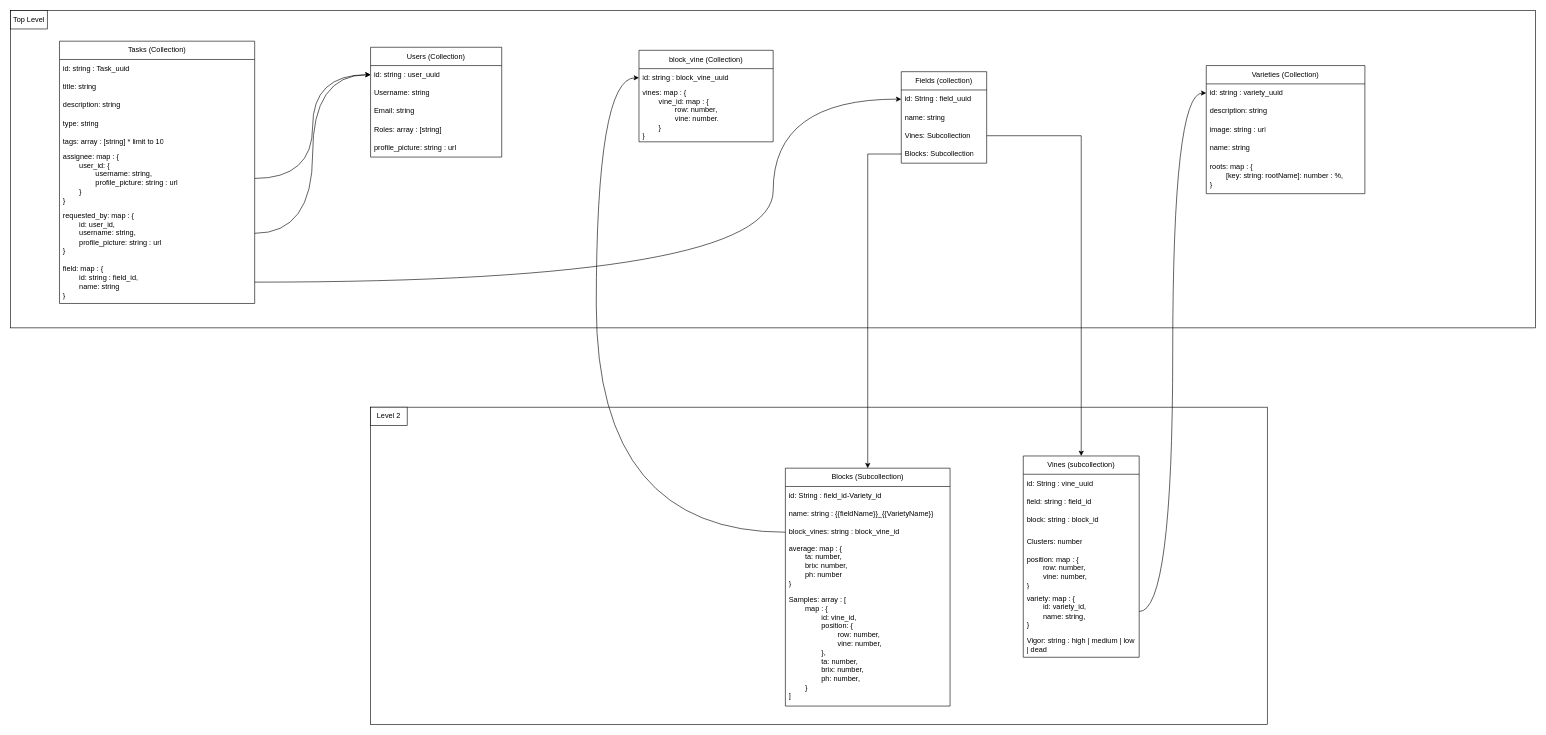
Earlier version of the draw.io diagram doc/diagram/Object-structure.drawio (TheVannysher/RavenhillSoftware). Source tidied: cells renumbered, new cells numbered last; positions are measured from the earlier drawing's top-left corner, leaving out a move shared by most shapes. Both pictures are drawn from the tidied source at 61%, with x=0, y=0 at pixel (10, 10).
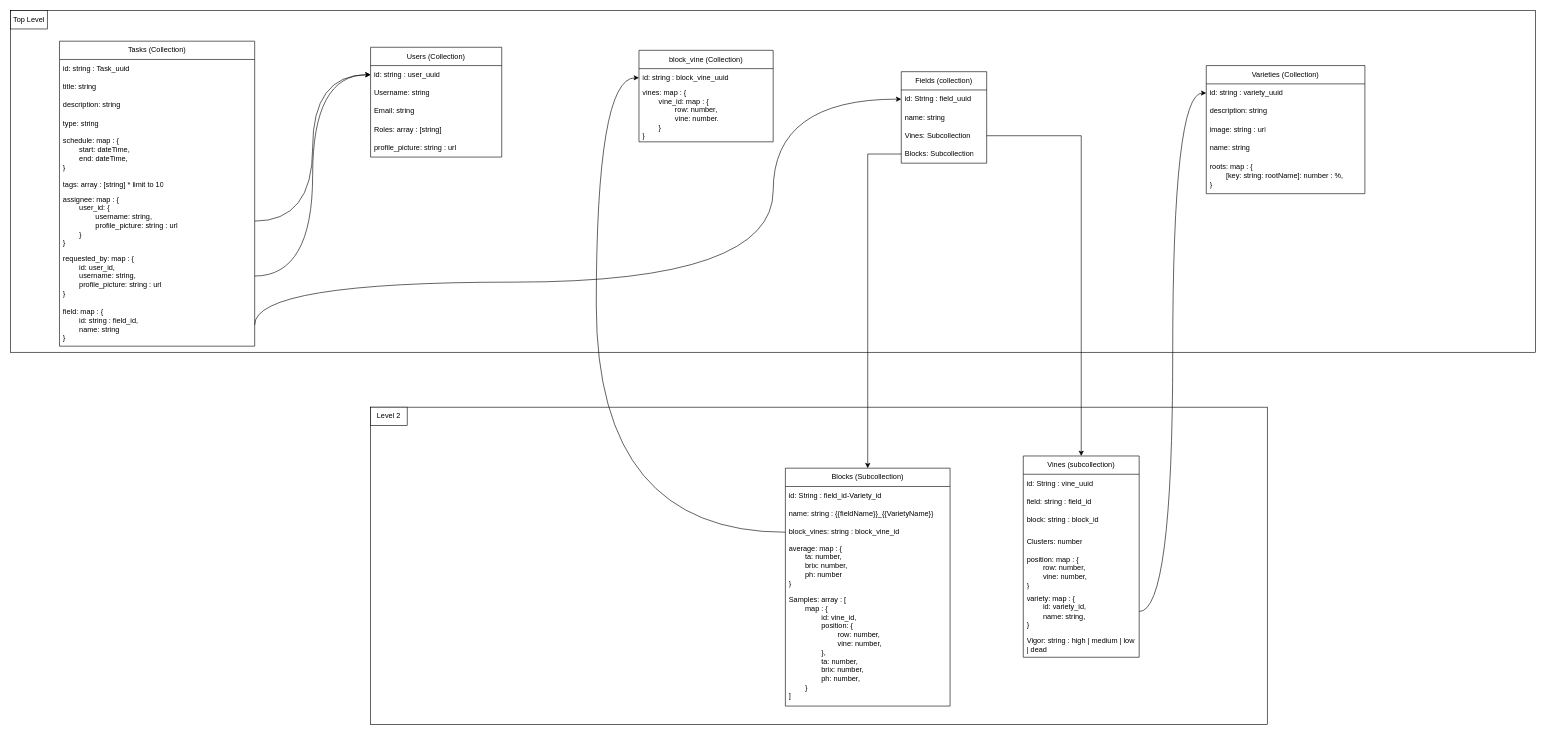
The same page after the edit.

Commit message:
data-structure update

The change refers to these unchanged cells:
```xml
<mxCell id="4" value="id: String : field_uuid" style="text;strokeColor=none;fillColor=none;align=left;verticalAlign=middle;spacingLeft=4;spacingRight=4;overflow=hidden;points=[[0,0.5],[1,0.5]];portConstraint=eastwest;whiteSpace=wrap;html=1;" parent="3" vertex="1">
  <mxGeometry y="30" width="140" height="30" as="geometry" />
</mxCell>
```

Change to the diagram source:
```diff
@@
     <mxCell id="2" style="rounded=0;whiteSpace=wrap;html=1;fillColor=none;" parent="1" vertex="1">
-      <mxGeometry width="2500" height="520" as="geometry" />
+      <mxGeometry width="2500" height="560" as="geometry" />
     </mxCell>
@@
     <mxCell id="28" value="Tasks (Collection)" style="swimlane;fontStyle=0;horizontal=1;startSize=30;whiteSpace=wrap;html=1;" parent="1" vertex="1">
-      <mxGeometry x="80" y="50" width="320" height="430" as="geometry" />
+      <mxGeometry x="80" y="50" width="320" height="500" as="geometry" />
     </mxCell>
@@
+    <mxCell id="57" value="schedule: map : {&lt;br&gt;&lt;span style=&quot;white-space: pre;&quot;&gt;&#9;&lt;/span&gt;start: dateTime,&lt;br&gt;&lt;span style=&quot;white-space: pre;&quot;&gt;&#9;&lt;/span&gt;end: dateTime,&lt;br&gt;}" style="text;strokeColor=none;fillColor=none;align=left;verticalAlign=middle;spacingLeft=4;spacingRight=4;overflow=hidden;whiteSpace=wrap;html=1;" parent="28" vertex="1">
+      <mxGeometry y="150" width="320" height="70" as="geometry" />
+    </mxCell>
     <mxCell id="33" value="tags: array : [string] * limit to 10" style="text;strokeColor=none;fillColor=none;align=left;verticalAlign=middle;spacingLeft=4;spacingRight=4;overflow=hidden;whiteSpace=wrap;html=1;" parent="28" vertex="1">
-      <mxGeometry y="150" width="320" height="30" as="geometry" />
+      <mxGeometry y="220" width="320" height="30" as="geometry" />
     </mxCell>
     <mxCell id="34" value="assignee: map : {&lt;br&gt;&lt;span style=&quot;white-space: pre;&quot;&gt;&#9;&lt;/span&gt;user_id: {&lt;br&gt;&lt;span style=&quot;white-space: pre;&quot;&gt;&#9;&lt;span style=&quot;white-space: pre;&quot;&gt;&#9;&lt;/span&gt;usern&lt;/span&gt;ame: string,&lt;br&gt;&lt;span style=&quot;white-space: pre;&quot;&gt;&#9;&lt;/span&gt;&lt;span style=&quot;white-space: pre;&quot;&gt;&#9;&lt;/span&gt;profile_picture: string : url&amp;nbsp;&lt;br&gt;&lt;span style=&quot;white-space: pre;&quot;&gt;&#9;&lt;/span&gt;}&lt;br&gt;}" style="text;strokeColor=none;fillColor=none;align=left;verticalAlign=middle;spacingLeft=4;spacingRight=4;overflow=hidden;points=[[0,0.5],[1,0.5]];portConstraint=eastwest;whiteSpace=wrap;html=1;" parent="28" vertex="1">
-      <mxGeometry y="180" width="320" height="90" as="geometry" />
+      <mxGeometry y="250" width="320" height="90" as="geometry" />
     </mxCell>
     <mxCell id="35" value="requested_by: map : {&lt;br&gt;&lt;span style=&quot;white-space: pre;&quot;&gt;&#9;&lt;/span&gt;id: user_id,&lt;br&gt;&lt;span style=&quot;white-space: pre;&quot;&gt;&#9;usern&lt;/span&gt;ame: string,&lt;br&gt;&lt;span style=&quot;white-space: pre;&quot;&gt;&#9;&lt;/span&gt;profile_picture: string : url&amp;nbsp;&lt;br&gt;}" style="text;strokeColor=none;fillColor=none;align=left;verticalAlign=middle;spacingLeft=4;spacingRight=4;overflow=hidden;points=[[0,0.5],[1,0.5]];portConstraint=eastwest;whiteSpace=wrap;html=1;" parent="28" vertex="1">
-      <mxGeometry y="270" width="320" height="90" as="geometry" />
+      <mxGeometry y="340" width="320" height="90" as="geometry" />
     </mxCell>
     <mxCell id="36" value="field: map : {&lt;br&gt;&lt;span style=&quot;white-space: pre;&quot;&gt;&#9;&lt;/span&gt;id: string : field_id,&lt;br&gt;&lt;span style=&quot;white-space: pre;&quot;&gt;&#9;&lt;/span&gt;name: string&lt;br&gt;}" style="text;strokeColor=none;fillColor=none;align=left;verticalAlign=middle;spacingLeft=4;spacingRight=4;overflow=hidden;points=[[0,0.5],[1,0.5]];portConstraint=eastwest;whiteSpace=wrap;html=1;" parent="28" vertex="1">
-      <mxGeometry y="360" width="320" height="70" as="geometry" />
+      <mxGeometry y="430" width="320" height="70" as="geometry" />
     </mxCell>
@@
-    <mxCell id="56" style="edgeStyle=orthogonalEdgeStyle;rounded=0;jettySize=auto;html=1;entryX=0;entryY=0.5;entryDx=0;entryDy=0;curved=1;" parent="1" edge="1" source="36" target="4">
+    <mxCell id="56" style="edgeStyle=orthogonalEdgeStyle;rounded=0;jettySize=auto;html=1;entryX=0;entryY=0.5;entryDx=0;entryDy=0;curved=1;exitX=1;exitY=0.5;exitDx=0;exitDy=0;" parent="1" edge="1" source="36" target="4">
       <mxGeometry relative="1" as="geometry">
         <Array as="points">
+          <mxPoint x="400" y="445" />
           <mxPoint x="1250" y="445" />
           <mxPoint x="1250" y="145" />
         </Array>
       </mxGeometry>
     </mxCell>
```
